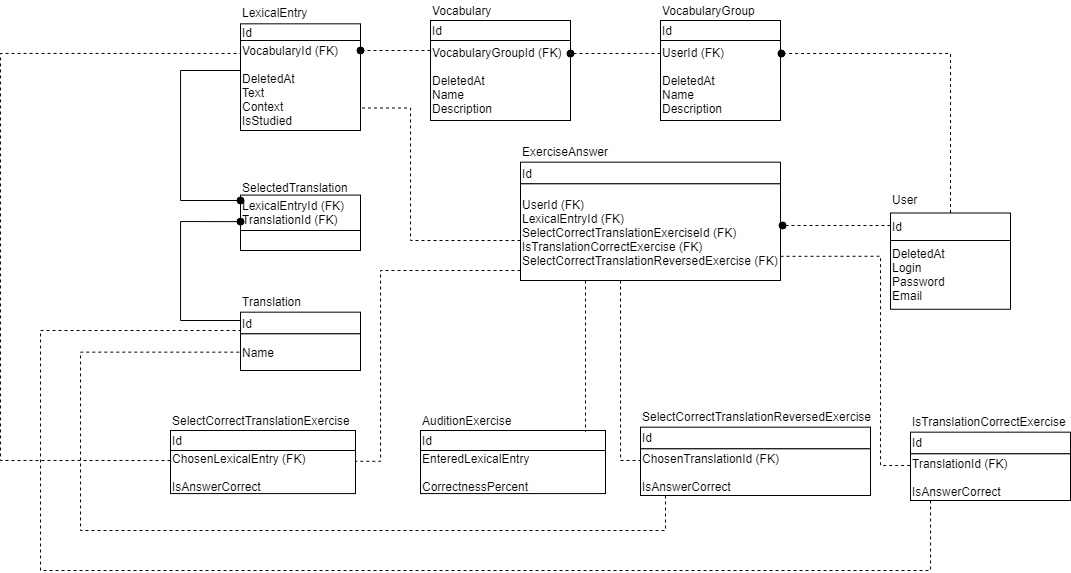
This is ВКР/database-structure.png from astro6703/Learning, a draw.io export, as it was before one commit. Source tidied: cells renumbered, new cells last; positions are measured from the earlier drawing's top-left corner, leaving out a move shared by most shapes.
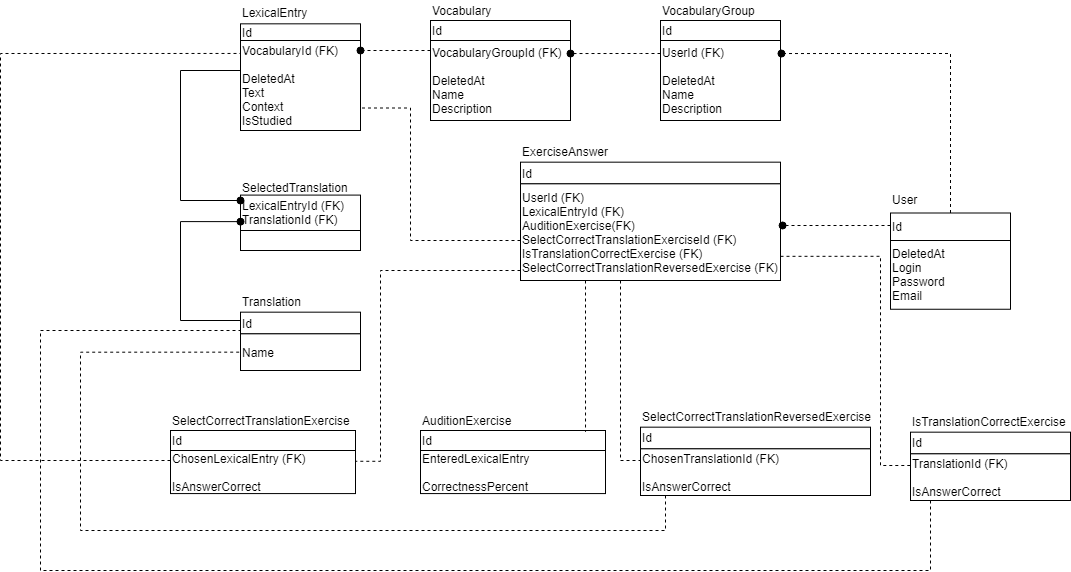
After the commit.

What changed in the source:
```diff
@@ -104,7 +104,7 @@
     <mxCell id="35" value="Id" style="rounded=0;whiteSpace=wrap;html=1;align=left;" parent="33" vertex="1">
       <mxGeometry y="21.7" width="260" height="21.7" as="geometry" />
     </mxCell>
-    <mxCell id="36" value="UserId (FK)&lt;br&gt;LexicalEntryId (FK)&lt;br&gt;SelectCorrectTranslationExerciseId (FK)&lt;br&gt;IsTranslationCorrectExercise (FK)&lt;br&gt;SelectCorrectTranslationReversedExercise (FK)" style="rounded=0;whiteSpace=wrap;html=1;align=left;" parent="33" vertex="1">
+    <mxCell id="36" value="UserId (FK)&lt;br&gt;LexicalEntryId (FK)&lt;br&gt;AuditionExercise(FK)&lt;br&gt;SelectCorrectTranslationExerciseId (FK)&lt;br&gt;IsTranslationCorrectExercise (FK)&lt;br&gt;SelectCorrectTranslationReversedExercise (FK)" style="rounded=0;whiteSpace=wrap;html=1;align=left;" parent="33" vertex="1">
       <mxGeometry y="43.3" width="260" height="96.7" as="geometry" />
     </mxCell>
     <mxCell id="37" style="edgeStyle=orthogonalEdgeStyle;rounded=0;orthogonalLoop=1;jettySize=auto;html=1;exitX=0.5;exitY=1;exitDx=0;exitDy=0;" parent="33" edge="1" source="35" target="35">
```
